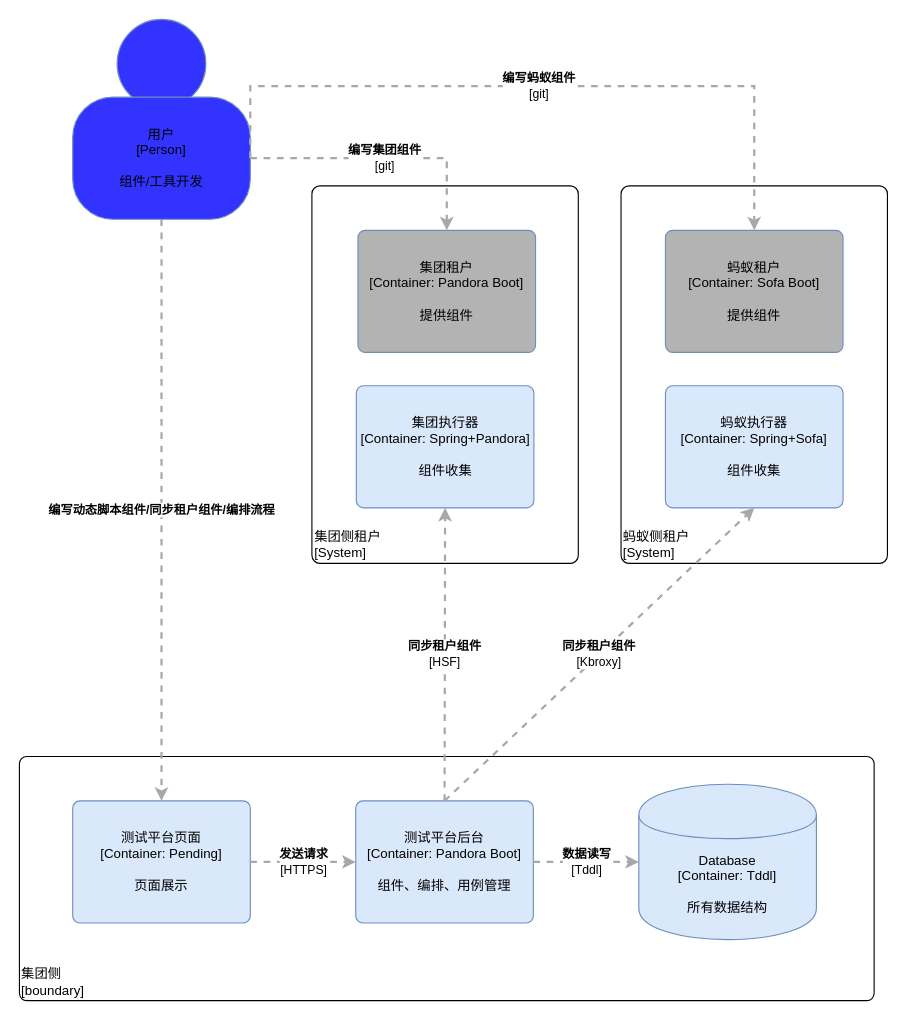
Earlier version of the draw.io diagram 开发容器图.drawio (JimmyKsdas/TestPlantForm). Source tidied: cells renumbered, new cells numbered last; positions are measured from the earlier drawing's top-left corner, leaving out a move shared by most shapes. Both pictures are drawn from the tidied source at 111%, with x=0, y=0 at pixel (19, 19).
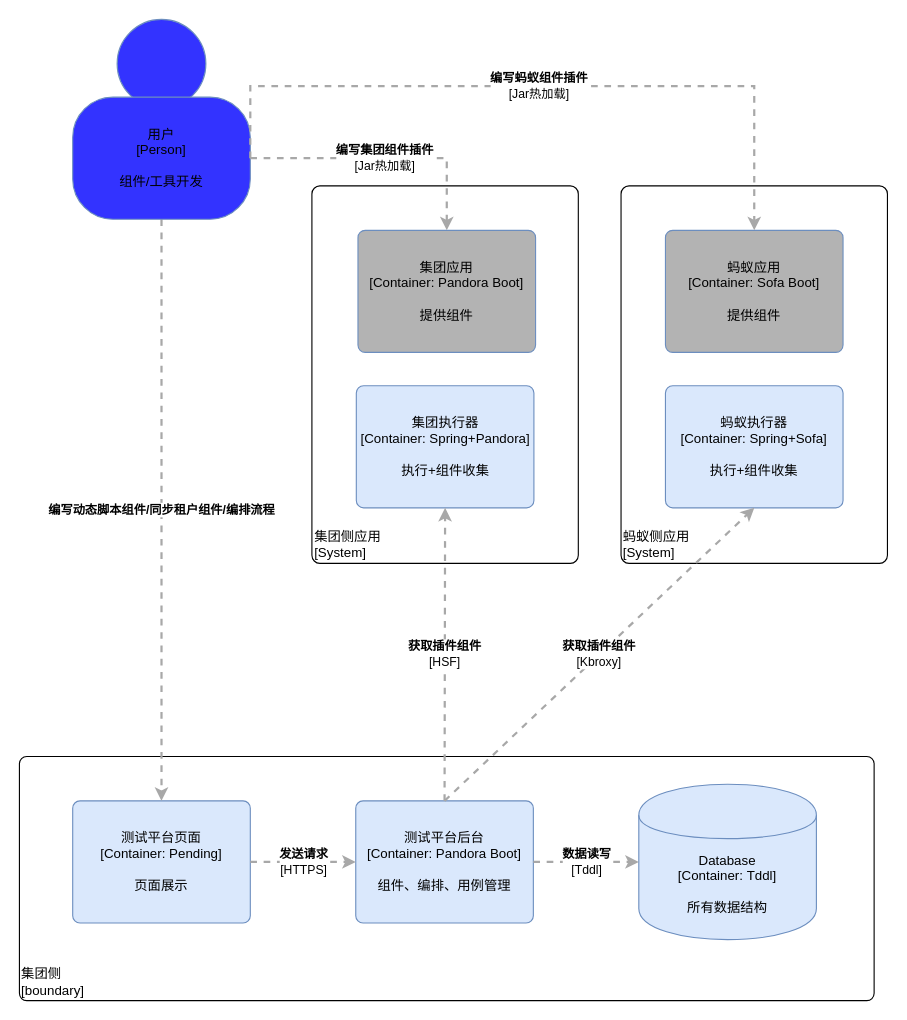
After the change.

Commit message:
Update 开发容器图.drawio

Unchanged cells that the change refers to:
```xml
<mxCell id="5" value="&lt;span&gt;测试平台后台&lt;/span&gt;&lt;div&gt;[Container:&amp;nbsp;&lt;span&gt;Pandora Boot&lt;/span&gt;&lt;span&gt;]&lt;/span&gt;&lt;/div&gt;&lt;div&gt;&lt;br&gt;&lt;/div&gt;&lt;div&gt;组件、编排、用例管理&lt;/div&gt;" style="rounded=1;whiteSpace=wrap;html=1;labelBackgroundColor=none;fillColor=#dae8fc;fontColor=#000000;align=center;arcSize=6;strokeColor=#6c8ebf;shadow=0;" parent="1" vertex="1">
  <mxGeometry x="303" y="704" width="160" height="110" as="geometry" />
</mxCell>
<mxCell id="19" value="用户&lt;div&gt;[Person]&lt;/div&gt;&lt;div&gt;&lt;br&gt;&lt;/div&gt;&lt;div&gt;组件/工具开发" style="rounded=1;whiteSpace=wrap;html=1;labelBackgroundColor=none;fillColor=#3333FF;fontColor=#000000;align=center;arcSize=33;strokeColor=#6c8ebf;" parent="1" vertex="1">
  <mxGeometry x="48" y="70" width="160" height="110" as="geometry" />
</mxCell>
```

The edit, as a diff of the source:
```diff
@@
-    <mxCell id="10" value="&lt;div style=&quot;text-align: left&quot;&gt;集团侧租户&lt;/div&gt;&lt;div style=&quot;text-align: left&quot;&gt;[System]&lt;/div&gt;&lt;div style=&quot;text-align: right&quot;&gt;&lt;/div&gt;" style="rounded=1;whiteSpace=wrap;html=1;labelBackgroundColor=none;fillColor=#ffffff;fontColor=#000000;align=left;arcSize=3;strokeColor=#000000;verticalAlign=bottom;shadow=0;" parent="1" vertex="1">
+    <mxCell id="10" value="&lt;div style=&quot;text-align: left&quot;&gt;集团侧应用&lt;/div&gt;&lt;div style=&quot;text-align: left&quot;&gt;[System]&lt;/div&gt;&lt;div style=&quot;text-align: right&quot;&gt;&lt;/div&gt;" style="rounded=1;whiteSpace=wrap;html=1;labelBackgroundColor=none;fillColor=#ffffff;fontColor=#000000;align=left;arcSize=3;strokeColor=#000000;verticalAlign=bottom;shadow=0;" parent="1" vertex="1">
       <mxGeometry x="263.5" y="150" width="240" height="340" as="geometry" />
     </mxCell>
-    <mxCell id="11" value="&lt;span&gt;集团执行器&lt;/span&gt;&lt;div&gt;[Container:&amp;nbsp;&lt;span&gt;Spring+Pandora&lt;/span&gt;&lt;span&gt;]&lt;/span&gt;&lt;/div&gt;&lt;div&gt;&lt;br&gt;&lt;/div&gt;&lt;div&gt;组件收集&lt;/div&gt;" style="rounded=1;whiteSpace=wrap;html=1;labelBackgroundColor=none;fillColor=#dae8fc;fontColor=#000000;align=center;arcSize=6;strokeColor=#6c8ebf;shadow=0;" parent="1" vertex="1">
+    <mxCell id="11" value="&lt;span&gt;集团执行器&lt;/span&gt;&lt;div&gt;[Container:&amp;nbsp;&lt;span&gt;Spring+Pandora&lt;/span&gt;&lt;span&gt;]&lt;/span&gt;&lt;/div&gt;&lt;div&gt;&lt;br&gt;&lt;/div&gt;&lt;div&gt;执行+组件收集&lt;br&gt;&lt;/div&gt;" style="rounded=1;whiteSpace=wrap;html=1;labelBackgroundColor=none;fillColor=#dae8fc;fontColor=#000000;align=center;arcSize=6;strokeColor=#6c8ebf;shadow=0;" parent="1" vertex="1">
       <mxGeometry x="303.5" y="330" width="160" height="110" as="geometry" />
     </mxCell>
-    <mxCell id="12" value="&lt;span&gt;集团租户&lt;/span&gt;&lt;div&gt;[Container:&amp;nbsp;&lt;span&gt;Pandora Boot&lt;/span&gt;&lt;span&gt;]&lt;/span&gt;&lt;/div&gt;&lt;div&gt;&lt;br&gt;&lt;/div&gt;&lt;div&gt;提供组件&lt;/div&gt;" style="rounded=1;whiteSpace=wrap;html=1;labelBackgroundColor=none;fillColor=#B3B3B3;fontColor=#000000;align=center;arcSize=6;strokeColor=#6c8ebf;shadow=0;" parent="1" vertex="1">
+    <mxCell id="12" value="&lt;span&gt;集团应用&lt;/span&gt;&lt;div&gt;[Container:&amp;nbsp;&lt;span&gt;Pandora Boot&lt;/span&gt;&lt;span&gt;]&lt;/span&gt;&lt;/div&gt;&lt;div&gt;&lt;br&gt;&lt;/div&gt;&lt;div&gt;提供组件&lt;/div&gt;" style="rounded=1;whiteSpace=wrap;html=1;labelBackgroundColor=none;fillColor=#B3B3B3;fontColor=#000000;align=center;arcSize=6;strokeColor=#6c8ebf;shadow=0;" parent="1" vertex="1">
       <mxGeometry x="305" y="190" width="160" height="110" as="geometry" />
     </mxCell>
-    <mxCell id="13" value="&lt;div style=&quot;text-align: left&quot;&gt;&lt;div style=&quot;text-align: center&quot;&gt;&lt;b&gt;同步租户组件&lt;/b&gt;&lt;/div&gt;&lt;div style=&quot;text-align: center&quot;&gt;[HSF]&lt;/div&gt;&lt;/div&gt;" style="edgeStyle=none;rounded=0;html=1;jettySize=auto;strokeColor=#A8A8A8;strokeWidth=2;fontColor=#000000;jumpStyle=none;dashed=1;exitX=0.5;exitY=0;exitDx=0;exitDy=0;entryX=0.5;entryY=1;entryDx=0;entryDy=0;" parent="1" edge="1" source="5" target="11">
+    <mxCell id="13" value="&lt;div style=&quot;text-align: left&quot;&gt;&lt;div style=&quot;text-align: center&quot;&gt;&lt;b&gt;获取插件组件&lt;/b&gt;&lt;/div&gt;&lt;div style=&quot;text-align: center&quot;&gt;[HSF]&lt;/div&gt;&lt;/div&gt;" style="edgeStyle=none;rounded=0;html=1;jettySize=auto;strokeColor=#A8A8A8;strokeWidth=2;fontColor=#000000;jumpStyle=none;dashed=1;exitX=0.5;exitY=0;exitDx=0;exitDy=0;entryX=0.5;entryY=1;entryDx=0;entryDy=0;" parent="1" edge="1" source="5" target="11">
       <mxGeometry relative="1" as="geometry" />
     </mxCell>
-    <mxCell id="14" value="&lt;div style=&quot;text-align: left&quot;&gt;蚂蚁侧租户&lt;/div&gt;&lt;div style=&quot;text-align: left&quot;&gt;[System]&lt;/div&gt;&lt;div style=&quot;text-align: right&quot;&gt;&lt;/div&gt;" style="rounded=1;whiteSpace=wrap;html=1;labelBackgroundColor=none;fillColor=#ffffff;fontColor=#000000;align=left;arcSize=3;strokeColor=#000000;verticalAlign=bottom;shadow=0;" parent="1" vertex="1">
+    <mxCell id="14" value="&lt;div style=&quot;text-align: left&quot;&gt;蚂蚁侧应用&lt;/div&gt;&lt;div style=&quot;text-align: left&quot;&gt;[System]&lt;/div&gt;&lt;div style=&quot;text-align: right&quot;&gt;&lt;/div&gt;" style="rounded=1;whiteSpace=wrap;html=1;labelBackgroundColor=none;fillColor=#ffffff;fontColor=#000000;align=left;arcSize=3;strokeColor=#000000;verticalAlign=bottom;shadow=0;" parent="1" vertex="1">
       <mxGeometry x="542" y="150" width="240" height="340" as="geometry" />
     </mxCell>
-    <mxCell id="15" value="&lt;span&gt;蚂蚁执行器&lt;/span&gt;&lt;div&gt;[Container:&amp;nbsp;&lt;span&gt;Spring+Sofa&lt;/span&gt;&lt;span&gt;]&lt;/span&gt;&lt;/div&gt;&lt;div&gt;&lt;br&gt;&lt;/div&gt;&lt;div&gt;组件收集&lt;/div&gt;" style="rounded=1;whiteSpace=wrap;html=1;labelBackgroundColor=none;fillColor=#dae8fc;fontColor=#000000;align=center;arcSize=6;strokeColor=#6c8ebf;shadow=0;" parent="1" vertex="1">
+    <mxCell id="15" value="&lt;span&gt;蚂蚁执行器&lt;/span&gt;&lt;div&gt;[Container:&amp;nbsp;&lt;span&gt;Spring+Sofa&lt;/span&gt;&lt;span&gt;]&lt;/span&gt;&lt;/div&gt;&lt;div&gt;&lt;br&gt;&lt;/div&gt;&lt;div&gt;执行+组件收集&lt;br&gt;&lt;/div&gt;" style="rounded=1;whiteSpace=wrap;html=1;labelBackgroundColor=none;fillColor=#dae8fc;fontColor=#000000;align=center;arcSize=6;strokeColor=#6c8ebf;shadow=0;" parent="1" vertex="1">
       <mxGeometry x="582" y="330" width="160" height="110" as="geometry" />
     </mxCell>
-    <mxCell id="16" value="&lt;span&gt;蚂蚁租户&lt;/span&gt;&lt;div&gt;[Container:&amp;nbsp;&lt;span&gt;Sofa Boot&lt;/span&gt;&lt;span&gt;]&lt;/span&gt;&lt;/div&gt;&lt;div&gt;&lt;br&gt;&lt;/div&gt;&lt;div&gt;提供组件&lt;/div&gt;" style="rounded=1;whiteSpace=wrap;html=1;labelBackgroundColor=none;fillColor=#B3B3B3;fontColor=#000000;align=center;arcSize=6;strokeColor=#6c8ebf;shadow=0;" parent="1" vertex="1">
+    <mxCell id="16" value="&lt;span&gt;蚂蚁应用&lt;/span&gt;&lt;div&gt;[Container:&amp;nbsp;&lt;span&gt;Sofa Boot&lt;/span&gt;&lt;span&gt;]&lt;/span&gt;&lt;/div&gt;&lt;div&gt;&lt;br&gt;&lt;/div&gt;&lt;div&gt;提供组件&lt;/div&gt;" style="rounded=1;whiteSpace=wrap;html=1;labelBackgroundColor=none;fillColor=#B3B3B3;fontColor=#000000;align=center;arcSize=6;strokeColor=#6c8ebf;shadow=0;" parent="1" vertex="1">
       <mxGeometry x="582" y="190" width="160" height="110" as="geometry" />
     </mxCell>
-    <mxCell id="17" value="&lt;div style=&quot;text-align: left&quot;&gt;&lt;div style=&quot;text-align: center&quot;&gt;&lt;b&gt;同步租户组件&lt;/b&gt;&lt;/div&gt;&lt;div style=&quot;text-align: center&quot;&gt;[Kbroxy]&lt;/div&gt;&lt;/div&gt;" style="edgeStyle=none;rounded=0;html=1;jettySize=auto;strokeColor=#A8A8A8;strokeWidth=2;fontColor=#000000;jumpStyle=none;dashed=1;exitX=0.5;exitY=0;exitDx=0;exitDy=0;entryX=0.5;entryY=1;entryDx=0;entryDy=0;" parent="1" edge="1" source="5" target="15">
+    <mxCell id="17" value="&lt;div style=&quot;text-align: left&quot;&gt;&lt;div style=&quot;text-align: center&quot;&gt;&lt;b&gt;获取插件组件&lt;/b&gt;&lt;/div&gt;&lt;div style=&quot;text-align: center&quot;&gt;[Kbroxy]&lt;/div&gt;&lt;/div&gt;" style="edgeStyle=none;rounded=0;html=1;jettySize=auto;strokeColor=#A8A8A8;strokeWidth=2;fontColor=#000000;jumpStyle=none;dashed=1;exitX=0.5;exitY=0;exitDx=0;exitDy=0;entryX=0.5;entryY=1;entryDx=0;entryDy=0;" parent="1" edge="1" source="5" target="15">
       <mxGeometry relative="1" as="geometry" />
     </mxCell>
@@
-    <mxCell id="20" value="&lt;div style=&quot;text-align: left&quot;&gt;&lt;div style=&quot;text-align: center&quot;&gt;&lt;b&gt;编写集团组件&lt;/b&gt;&lt;/div&gt;&lt;div style=&quot;text-align: center&quot;&gt;[git]&lt;/div&gt;&lt;/div&gt;" style="edgeStyle=orthogonalEdgeStyle;rounded=0;html=1;entryX=0.5;entryY=0;jettySize=auto;strokeColor=#A8A8A8;strokeWidth=2;fontColor=#000000;jumpStyle=none;dashed=1;entryDx=0;entryDy=0;exitX=1;exitY=0.5;exitDx=0;exitDy=0;" parent="1" edge="1" source="19" target="12">
+    <mxCell id="20" value="&lt;div style=&quot;text-align: left&quot;&gt;&lt;div style=&quot;text-align: center&quot;&gt;&lt;b&gt;编写集团组件插件&lt;/b&gt;&lt;/div&gt;&lt;div style=&quot;text-align: center&quot;&gt;[Jar热加载]&lt;/div&gt;&lt;/div&gt;" style="edgeStyle=orthogonalEdgeStyle;rounded=0;html=1;entryX=0.5;entryY=0;jettySize=auto;strokeColor=#A8A8A8;strokeWidth=2;fontColor=#000000;jumpStyle=none;dashed=1;entryDx=0;entryDy=0;exitX=1;exitY=0.5;exitDx=0;exitDy=0;" parent="1" edge="1" source="19" target="12">
       <mxGeometry relative="1" as="geometry">
         <Array as="points">
           <mxPoint x="385" y="125" />
         </Array>
       </mxGeometry>
     </mxCell>
-    <mxCell id="21" value="&lt;div style=&quot;text-align: left&quot;&gt;&lt;div style=&quot;text-align: center&quot;&gt;&lt;b&gt;编写蚂蚁组件&lt;/b&gt;&lt;/div&gt;&lt;div style=&quot;text-align: center&quot;&gt;[git]&lt;/div&gt;&lt;/div&gt;" style="rounded=0;html=1;entryX=0.5;entryY=0;jettySize=auto;strokeColor=#A8A8A8;strokeWidth=2;fontColor=#000000;jumpStyle=none;dashed=1;entryDx=0;entryDy=0;edgeStyle=orthogonalEdgeStyle;exitX=1;exitY=0.5;exitDx=0;exitDy=0;" parent="1" edge="1" source="19" target="16">
+    <mxCell id="21" value="&lt;div style=&quot;text-align: left&quot;&gt;&lt;div style=&quot;text-align: center&quot;&gt;&lt;b&gt;编写蚂蚁组件插件&lt;/b&gt;&lt;/div&gt;&lt;div style=&quot;text-align: center&quot;&gt;[Jar热加载]&lt;/div&gt;&lt;/div&gt;" style="rounded=0;html=1;entryX=0.5;entryY=0;jettySize=auto;strokeColor=#A8A8A8;strokeWidth=2;fontColor=#000000;jumpStyle=none;dashed=1;entryDx=0;entryDy=0;edgeStyle=orthogonalEdgeStyle;exitX=1;exitY=0.5;exitDx=0;exitDy=0;" parent="1" edge="1" source="19" target="16">
       <mxGeometry relative="1" as="geometry">
         <Array as="points">
           <mxPoint x="208" y="60" />
           <mxPoint x="662" y="60" />
         </Array>
       </mxGeometry>
     </mxCell>
```
